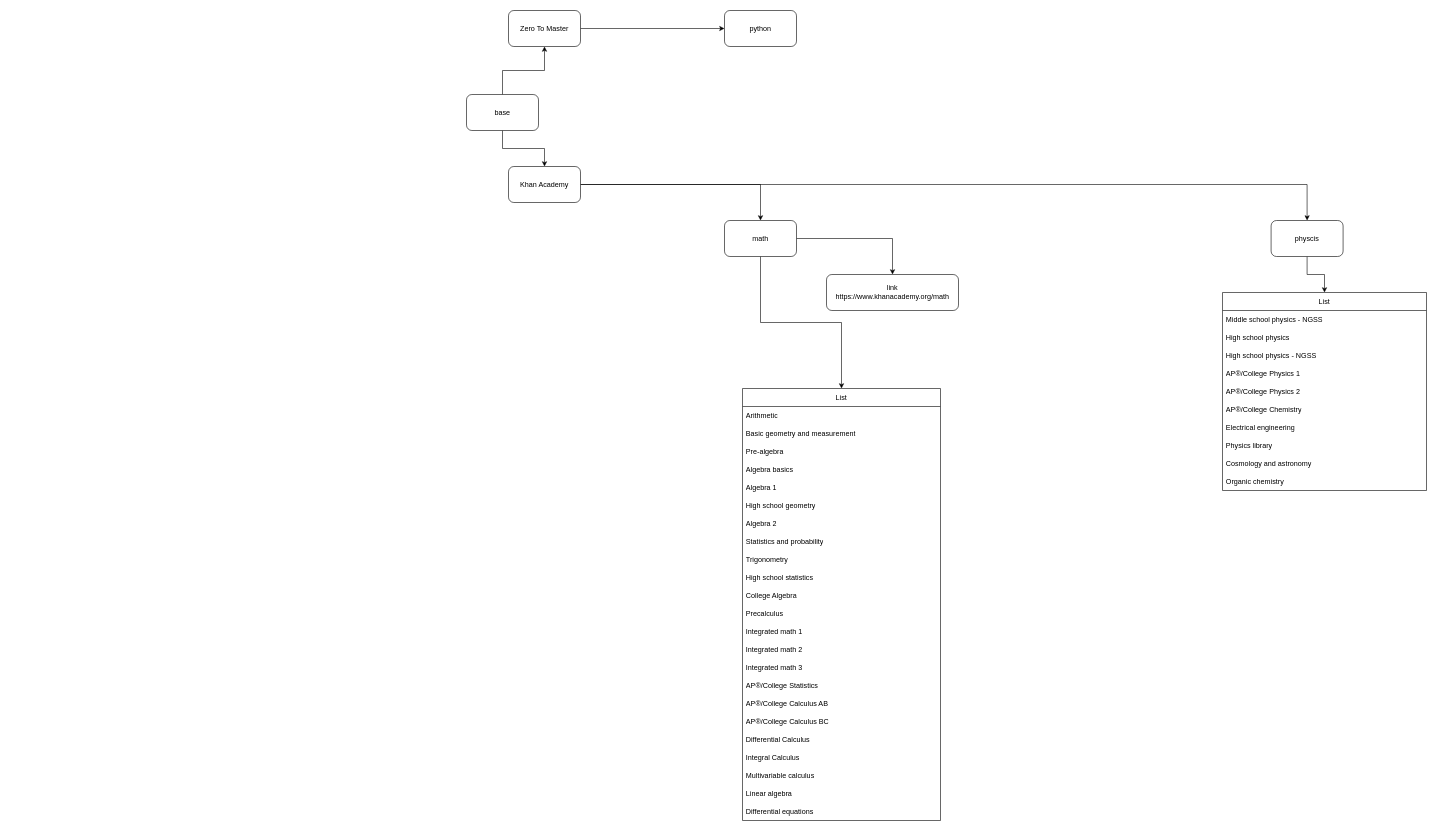
Earlier version of the draw.io diagram page "roadmap" (1 of 2) of roadmap.drawio (Mini-Pingu/math_physics). Source tidied: cells renumbered, new cells numbered last; positions are measured from the earlier drawing's top-left corner, leaving out a move shared by most shapes. Both pictures are drawn from the tidied source at 60%, with x=0, y=0 at pixel (466, 10).
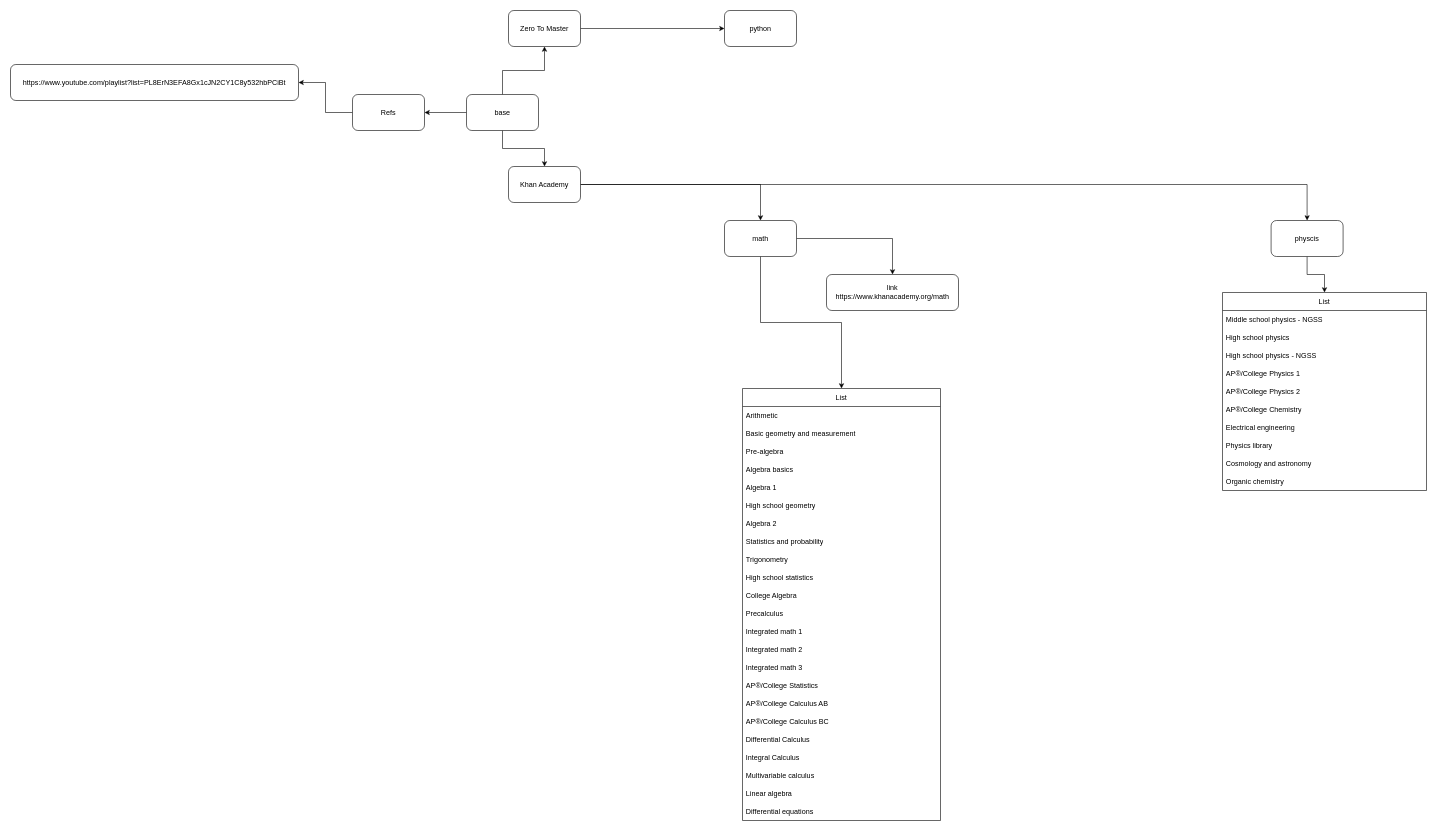
After the change.

Unchanged cells that the change refers to:
```xml
<mxCell id="51" value="base" style="rounded=1;whiteSpace=wrap;html=1;" parent="1" vertex="1">
  <mxGeometry y="140" width="120" height="60" as="geometry" />
</mxCell>
```

Change to the diagram source:
```diff
@@
+    <mxCell id="52" style="edgeStyle=orthogonalEdgeStyle;rounded=0;jettySize=auto;html=1;" parent="1" edge="1" source="51" target="54">
+      <mxGeometry relative="1" as="geometry" />
+    </mxCell>
@@
+    <mxCell id="53" style="edgeStyle=orthogonalEdgeStyle;rounded=0;jettySize=auto;html=1;" parent="1" edge="1" source="54" target="55">
+      <mxGeometry relative="1" as="geometry" />
+    </mxCell>
+    <mxCell id="54" value="Refs" style="rounded=1;whiteSpace=wrap;html=1;" parent="1" vertex="1">
+      <mxGeometry x="-190" y="140" width="120" height="60" as="geometry" />
+    </mxCell>
+    <mxCell id="55" value="https://www.youtube.com/playlist?list=PL8ErN3EFA8Gx1cJN2CY1C8y532hbPCiBt" style="rounded=1;whiteSpace=wrap;html=1;" parent="1" vertex="1">
+      <mxGeometry x="-760" y="90" width="480" height="60" as="geometry" />
+    </mxCell>
```
